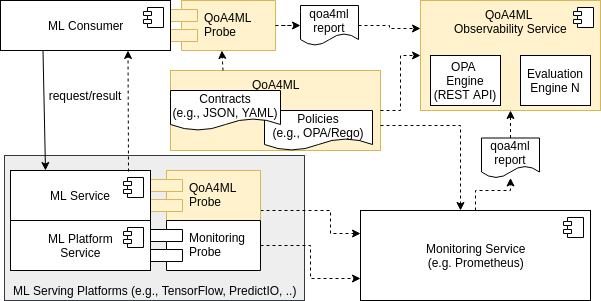
This is img/qoa4mlos-overview.png from rdsea/qoa4ml, a draw.io export, as it was before one commit. Source tidied: cells renumbered, new cells last; positions are measured from the earlier drawing's top-left corner, leaving out a move shared by most shapes. The source it was exported from:
```xml
<mxGraphModel>
  <root>
    <mxCell id="0" />
    <mxCell id="1" parent="0" />
    <mxCell id="2" value="QoA4ML" style="html=1;fillColor=#fff2cc;strokeColor=#d6b656;labelPosition=center;verticalLabelPosition=middle;align=center;verticalAlign=top;" parent="1" vertex="1">
      <mxGeometry x="170" y="70" width="210" height="80" as="geometry" />
    </mxCell>
    <mxCell id="3" value="&lt;span style=&quot;text-align: left&quot;&gt;ML Serving Platforms (e.g., TensorFlow, PredictIO, ..)&lt;/span&gt;" style="html=1;labelPosition=center;verticalLabelPosition=middle;align=center;verticalAlign=bottom;fillColor=#eeeeee;strokeColor=#36393d;" parent="1" vertex="1">
      <mxGeometry x="4" y="155" width="300" height="145" as="geometry" />
    </mxCell>
    <mxCell id="4" style="edgeStyle=orthogonalEdgeStyle;rounded=0;jettySize=auto;html=1;entryX=0;entryY=0.25;entryDx=0;entryDy=0;dashed=1;" parent="1" edge="1" source="5" target="9">
      <mxGeometry relative="1" as="geometry">
        <Array as="points">
          <mxPoint x="330" y="210" />
          <mxPoint x="330" y="233" />
        </Array>
      </mxGeometry>
    </mxCell>
    <mxCell id="5" value="QoA4ML &#10;Probe" style="shape=component;align=left;spacingLeft=36;fillColor=#fff2cc;strokeColor=#d6b656;" parent="1" vertex="1">
      <mxGeometry x="150" y="170" width="110" height="50" as="geometry" />
    </mxCell>
    <mxCell id="6" style="edgeStyle=orthogonalEdgeStyle;rounded=0;jettySize=auto;html=1;dashed=1;" parent="1" edge="1" source="2" target="9">
      <mxGeometry relative="1" as="geometry">
        <Array as="points">
          <mxPoint x="460" y="125" />
        </Array>
      </mxGeometry>
    </mxCell>
    <mxCell id="7" value="QoA4ML &#10;Probe" style="shape=component;align=left;spacingLeft=36;fillColor=#fff2cc;strokeColor=#d6b656;" parent="1" vertex="1">
      <mxGeometry x="165" width="110" height="50" as="geometry" />
    </mxCell>
    <mxCell id="8" style="edgeStyle=orthogonalEdgeStyle;rounded=0;jettySize=auto;html=1;dashed=1;" parent="1" edge="1" source="33" target="13">
      <mxGeometry relative="1" as="geometry" />
    </mxCell>
    <mxCell id="9" value="Monitoring Service&lt;br&gt;(e.g. Prometheus)" style="html=1;" parent="1" vertex="1">
      <mxGeometry x="360" y="210" width="230" height="90" as="geometry" />
    </mxCell>
    <mxCell id="10" style="shape=component;jettyWidth=8;jettyHeight=4;" parent="9" vertex="1">
      <mxGeometry x="1" width="20" height="20" relative="1" as="geometry">
        <mxPoint x="-27" y="7" as="offset" />
      </mxGeometry>
    </mxCell>
    <mxCell id="11" style="edgeStyle=orthogonalEdgeStyle;rounded=0;jettySize=auto;html=1;entryX=0;entryY=0.75;entryDx=0;entryDy=0;dashed=1;" parent="1" edge="1" source="12" target="9">
      <mxGeometry relative="1" as="geometry" />
    </mxCell>
    <mxCell id="12" value="Monitoring &#10;Probe" style="shape=component;align=left;spacingLeft=36;" parent="1" vertex="1">
      <mxGeometry x="150" y="220" width="110" height="50" as="geometry" />
    </mxCell>
    <mxCell id="13" value="QoA4ML &lt;br&gt;Observability Service" style="html=1;fillColor=#fff2cc;strokeColor=#d6b656;verticalAlign=top;" parent="1" vertex="1">
      <mxGeometry x="420" width="180" height="110" as="geometry" />
    </mxCell>
    <mxCell id="14" style="shape=component;jettyWidth=8;jettyHeight=4;" parent="13" vertex="1">
      <mxGeometry x="1" width="20" height="20" relative="1" as="geometry">
        <mxPoint x="-27" y="7" as="offset" />
      </mxGeometry>
    </mxCell>
    <mxCell id="15" value="OPA &lt;br&gt;Engine (REST API)" style="rounded=0;whiteSpace=wrap;html=1;" parent="13" vertex="1">
      <mxGeometry x="10" y="55" width="70" height="50" as="geometry" />
    </mxCell>
    <mxCell id="16" value="Evaluation Engine N" style="rounded=0;whiteSpace=wrap;html=1;" parent="13" vertex="1">
      <mxGeometry x="100" y="55" width="70" height="50" as="geometry" />
    </mxCell>
    <mxCell id="17" style="edgeStyle=orthogonalEdgeStyle;rounded=0;jettySize=auto;html=1;dashed=1;" parent="1" edge="1" source="2" target="13">
      <mxGeometry relative="1" as="geometry" />
    </mxCell>
    <mxCell id="18" value="ML Service" style="html=1;" parent="1" vertex="1">
      <mxGeometry x="10" y="170" width="140" height="50" as="geometry" />
    </mxCell>
    <mxCell id="19" style="shape=component;jettyWidth=8;jettyHeight=4;" parent="18" vertex="1">
      <mxGeometry x="1" width="20" height="20" relative="1" as="geometry">
        <mxPoint x="-27" y="7" as="offset" />
      </mxGeometry>
    </mxCell>
    <mxCell id="20" value="Policies&lt;br&gt;(e.g., OPA/Rego)" style="shape=document;whiteSpace=wrap;html=1;boundedLbl=1;" parent="1" vertex="1">
      <mxGeometry x="264" y="110" width="108" height="40" as="geometry" />
    </mxCell>
    <mxCell id="21" style="rounded=0;jettySize=auto;html=1;exitX=0.25;exitY=1;exitDx=0;exitDy=0;entryX=0.25;entryY=0;entryDx=0;entryDy=0;" parent="1" edge="1" source="22" target="18">
      <mxGeometry relative="1" as="geometry" />
    </mxCell>
    <mxCell id="22" value="ML Consumer" style="html=1;" parent="1" vertex="1">
      <mxGeometry width="170" height="50" as="geometry" />
    </mxCell>
    <mxCell id="23" style="shape=component;jettyWidth=8;jettyHeight=4;" parent="22" vertex="1">
      <mxGeometry x="1" width="20" height="20" relative="1" as="geometry">
        <mxPoint x="-27" y="7" as="offset" />
      </mxGeometry>
    </mxCell>
    <mxCell id="24" value="ML Platform&lt;br&gt;Service" style="html=1;" parent="1" vertex="1">
      <mxGeometry x="10" y="220" width="140" height="50" as="geometry" />
    </mxCell>
    <mxCell id="25" style="shape=component;jettyWidth=8;jettyHeight=4;" parent="24" vertex="1">
      <mxGeometry x="1" width="20" height="20" relative="1" as="geometry">
        <mxPoint x="-27" y="7" as="offset" />
      </mxGeometry>
    </mxCell>
    <mxCell id="26" style="endArrow=classic;html=1;exitX=0.843;exitY=0.02;exitDx=0;exitDy=0;dashed=1;entryX=0.75;entryY=1;entryDx=0;entryDy=0;exitPerimeter=0;" parent="1" edge="1" source="18" target="22">
      <mxGeometry relative="1" as="geometry" />
    </mxCell>
    <mxCell id="27" value="request/result" style="text;html=1;strokeColor=none;fillColor=none;align=center;verticalAlign=middle;whiteSpace=wrap;rounded=0;" parent="1" vertex="1">
      <mxGeometry x="64" y="85" width="40" height="20" as="geometry" />
    </mxCell>
    <mxCell id="28" style="edgeStyle=orthogonalEdgeStyle;rounded=0;jettySize=auto;html=1;dashed=1;exitX=1;exitY=0.5;exitDx=0;exitDy=0;entryX=0;entryY=0.25;entryDx=0;entryDy=0;" parent="1" edge="1" source="29" target="13">
      <mxGeometry relative="1" as="geometry" />
    </mxCell>
    <mxCell id="29" value="qoa4ml report" style="shape=document;whiteSpace=wrap;html=1;boundedLbl=1;" parent="1" vertex="1">
      <mxGeometry x="300" y="5" width="58" height="40" as="geometry" />
    </mxCell>
    <mxCell id="30" style="edgeStyle=orthogonalEdgeStyle;rounded=0;jettySize=auto;html=1;dashed=1;exitX=1;exitY=0.5;exitDx=0;exitDy=0;" parent="1" edge="1" source="7" target="29">
      <mxGeometry relative="1" as="geometry" />
    </mxCell>
    <mxCell id="31" style="rounded=0;jettySize=auto;html=1;dashed=1;exitX=0.25;exitY=0;exitDx=0;exitDy=0;" parent="1" edge="1" source="2" target="7">
      <mxGeometry relative="1" as="geometry" />
    </mxCell>
    <mxCell id="32" value="Contracts&lt;br&gt;(e.g., JSON, YAML)" style="shape=document;whiteSpace=wrap;html=1;boundedLbl=1;" parent="1" vertex="1">
      <mxGeometry x="170" y="90" width="110" height="40" as="geometry" />
    </mxCell>
    <mxCell id="33" value="qoa4ml report" style="shape=document;whiteSpace=wrap;html=1;boundedLbl=1;" parent="1" vertex="1">
      <mxGeometry x="481" y="137.5" width="58" height="40" as="geometry" />
    </mxCell>
    <mxCell id="34" style="edgeStyle=orthogonalEdgeStyle;rounded=0;jettySize=auto;html=1;dashed=1;" parent="1" edge="1" source="9" target="33">
      <mxGeometry relative="1" as="geometry" />
    </mxCell>
  </root>
</mxGraphModel>
```
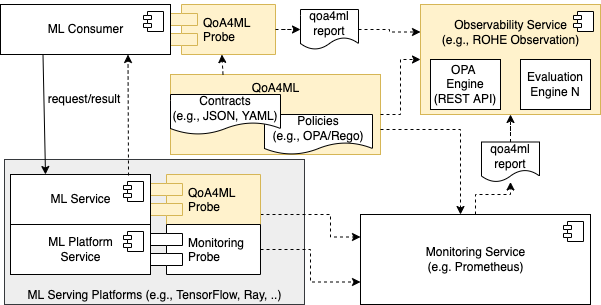
After the commit.

The edit, as a diff of the source:
```diff
@@ -5,7 +5,7 @@
     <mxCell id="2" value="QoA4ML" style="html=1;fillColor=#fff2cc;strokeColor=#d6b656;labelPosition=center;verticalLabelPosition=middle;align=center;verticalAlign=top;" parent="1" vertex="1">
       <mxGeometry x="170" y="70" width="210" height="80" as="geometry" />
     </mxCell>
-    <mxCell id="3" value="&lt;span style=&quot;text-align: left&quot;&gt;ML Serving Platforms (e.g., TensorFlow, PredictIO, ..)&lt;/span&gt;" style="html=1;labelPosition=center;verticalLabelPosition=middle;align=center;verticalAlign=bottom;fillColor=#eeeeee;strokeColor=#36393d;" parent="1" vertex="1">
+    <mxCell id="3" value="&lt;span style=&quot;text-align: left&quot;&gt;ML Serving Platforms (e.g., TensorFlow, Ray, ..)&lt;/span&gt;" style="html=1;labelPosition=center;verticalLabelPosition=middle;align=center;verticalAlign=bottom;fillColor=#eeeeee;strokeColor=#36393d;" parent="1" vertex="1">
       <mxGeometry x="4" y="155" width="300" height="145" as="geometry" />
     </mxCell>
     <mxCell id="4" style="edgeStyle=orthogonalEdgeStyle;rounded=0;jettySize=auto;html=1;entryX=0;entryY=0.25;entryDx=0;entryDy=0;dashed=1;" parent="1" edge="1" source="5" target="9">
@@ -46,7 +46,7 @@
     <mxCell id="12" value="Monitoring &#10;Probe" style="shape=component;align=left;spacingLeft=36;" parent="1" vertex="1">
       <mxGeometry x="150" y="220" width="110" height="50" as="geometry" />
     </mxCell>
-    <mxCell id="13" value="QoA4ML &lt;br&gt;Observability Service" style="html=1;fillColor=#fff2cc;strokeColor=#d6b656;verticalAlign=top;" parent="1" vertex="1">
+    <mxCell id="13" style="html=1;fillColor=#fff2cc;strokeColor=#d6b656;verticalAlign=top;" parent="1" vertex="1">
       <mxGeometry x="420" width="180" height="110" as="geometry" />
     </mxCell>
     <mxCell id="14" style="shape=component;jettyWidth=8;jettyHeight=4;" parent="13" vertex="1">
@@ -60,6 +60,9 @@
     <mxCell id="16" value="Evaluation Engine N" style="rounded=0;whiteSpace=wrap;html=1;" parent="13" vertex="1">
       <mxGeometry x="100" y="55" width="70" height="50" as="geometry" />
     </mxCell>
+    <mxCell id="35" value="&lt;br&gt;Observability Service&lt;br&gt;(e.g., ROHE Observation)" style="text;html=1;align=center;verticalAlign=middle;strokeColor=none;fillColor=none;" parent="13" vertex="1">
+      <mxGeometry x="15" y="-4" width="150" height="50" as="geometry" />
+    </mxCell>
     <mxCell id="17" style="edgeStyle=orthogonalEdgeStyle;rounded=0;jettySize=auto;html=1;dashed=1;" parent="1" edge="1" source="2" target="13">
       <mxGeometry relative="1" as="geometry" />
     </mxCell>
```
